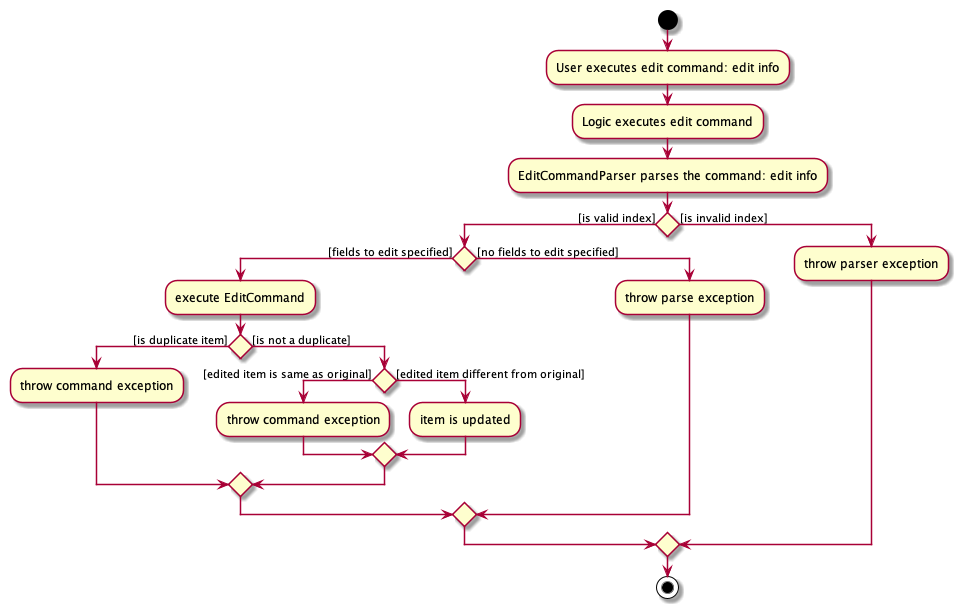
Earlier version of the PlantUML export docs/images/implementation/ActivityDiagram/EditCommandActivityDiagram.png (nus-cs2103-AY2021S1/tp). The source it was exported from:
```plantuml
@startuml
start
:User executes edit command: edit info;
:Logic executes edit command;
:EditCommandParser parses the command: edit info;

if () then ([is valid index])


    if () then ([fields to edit specified])
    :execute EditCommand;

        if () then ([is duplicate item])
        :throw command exception;

        else ([is not a duplicate])

            if () then ([edited item is same as original])
            :throw command exception;
            else ([edited item different from original])
            :item is updated;
            endif

        endif

    else ([no fields to edit specified])
    :throw parse exception;
    endif

else ([is invalid index])
    :throw parser exception;

endif
stop

@enduml
```
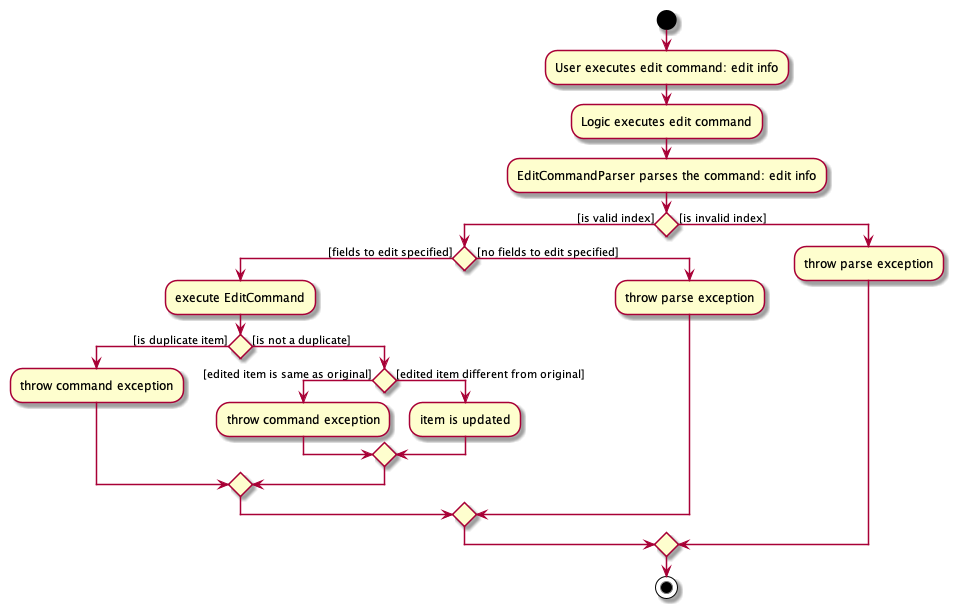
Above is the later version.

Diff of the diagram source:
```diff
@@ -28,7 +28,7 @@
     endif
 
 else ([is invalid index])
-    :throw parser exception;
+    :throw parse exception;
 
 endif
 stop
```
